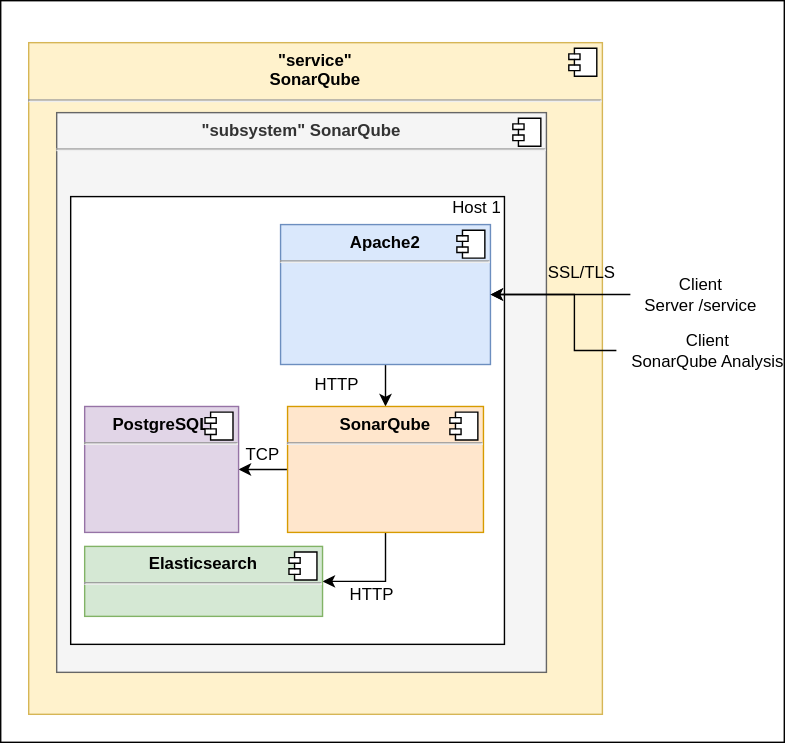
CBZ-D-velop/Ansible-Playbook-Labocbz-Deploy-SonarQube keeps this draw.io diagram as assets/Ansible-Playbook-Labocbz-Install-SonarQube.drawio.svg. Above is the earlier version. Source tidied: cells renumbered, new cells last; positions are measured from the earlier drawing's top-left corner, leaving out a move shared by most shapes. Source of this version:
```xml
<mxGraphModel>
  <root>
    <mxCell id="0" />
    <mxCell id="1" parent="0" />
    <mxCell id="2" style="rounded=0;whiteSpace=wrap;html=1;" parent="1" vertex="1">
      <mxGeometry x="40" width="560" height="530" as="geometry" />
    </mxCell>
    <mxCell id="3" value="&lt;p style=&quot;margin:0px;margin-top:6px;text-align:center;&quot;&gt;&lt;b&gt;&quot;service&quot;&lt;br&gt;SonarQube&lt;/b&gt;&lt;/p&gt;&lt;hr&gt;&lt;p style=&quot;margin:0px;margin-left:8px;&quot;&gt;&lt;br&gt;&lt;/p&gt;" style="align=left;overflow=fill;html=1;whiteSpace=wrap;fillColor=#fff2cc;strokeColor=#d6b656;" parent="1" vertex="1">
      <mxGeometry x="60" y="30" width="410" height="480" as="geometry" />
    </mxCell>
    <mxCell id="4" style="shape=component;jettyWidth=8;jettyHeight=4;" parent="3" vertex="1">
      <mxGeometry x="1" width="20" height="20" relative="1" as="geometry">
        <mxPoint x="-24" y="4" as="offset" />
      </mxGeometry>
    </mxCell>
    <mxCell id="5" value="&lt;p style=&quot;margin:0px;margin-top:6px;text-align:center;&quot;&gt;&lt;b&gt;&quot;subsystem&quot; SonarQube&lt;/b&gt;&lt;/p&gt;&lt;hr&gt;&lt;p style=&quot;margin:0px;margin-left:8px;&quot;&gt;&lt;br&gt;&lt;/p&gt;" style="align=left;overflow=fill;html=1;whiteSpace=wrap;fillColor=#f5f5f5;fontColor=#333333;strokeColor=#666666;" parent="1" vertex="1">
      <mxGeometry x="80" y="80" width="350" height="400" as="geometry" />
    </mxCell>
    <mxCell id="6" style="shape=component;jettyWidth=8;jettyHeight=4;" parent="5" vertex="1">
      <mxGeometry x="1" width="20" height="20" relative="1" as="geometry">
        <mxPoint x="-24" y="4" as="offset" />
      </mxGeometry>
    </mxCell>
    <mxCell id="7" value="SSL/TLS" style="text;html=1;align=center;verticalAlign=middle;strokeColor=none;fillColor=none;" parent="1" vertex="1">
      <mxGeometry x="420" y="180" width="70" height="30" as="geometry" />
    </mxCell>
    <mxCell id="8" value="Client&lt;br&gt;Server /service" style="text;html=1;align=center;verticalAlign=middle;points=[];strokeColor=none;fillColor=none;" parent="1" vertex="1">
      <mxGeometry x="490" y="190" width="100" height="40" as="geometry" />
    </mxCell>
    <mxCell id="9" style="edgeStyle=orthogonalEdgeStyle;rounded=0;orthogonalLoop=1;jettySize=auto;html=1;entryX=0.5;entryY=0;entryDx=0;entryDy=0;" parent="1" edge="1">
      <mxGeometry relative="1" as="geometry">
        <mxPoint y="250" as="sourcePoint" />
      </mxGeometry>
    </mxCell>
    <mxCell id="10" style="edgeStyle=orthogonalEdgeStyle;rounded=0;orthogonalLoop=1;jettySize=auto;html=1;" parent="1" edge="1">
      <mxGeometry relative="1" as="geometry">
        <mxPoint y="250" as="sourcePoint" />
      </mxGeometry>
    </mxCell>
    <mxCell id="11" style="rounded=0;whiteSpace=wrap;html=1;" parent="1" vertex="1">
      <mxGeometry x="90" y="140" width="310" height="320" as="geometry" />
    </mxCell>
    <mxCell id="12" value="HTTP" style="text;html=1;align=center;verticalAlign=middle;strokeColor=none;fillColor=none;" parent="1" vertex="1">
      <mxGeometry x="255" y="260" width="50" height="30" as="geometry" />
    </mxCell>
    <mxCell id="13" style="edgeStyle=orthogonalEdgeStyle;rounded=0;jettySize=auto;html=1;entryX=0.5;entryY=0;entryDx=0;entryDy=0;" parent="1" edge="1" source="14" target="19">
      <mxGeometry relative="1" as="geometry" />
    </mxCell>
    <mxCell id="14" value="&lt;p style=&quot;margin:0px;margin-top:6px;text-align:center;&quot;&gt;&lt;b&gt;Apache2&lt;/b&gt;&lt;/p&gt;&lt;hr&gt;&lt;p style=&quot;margin:0px;margin-left:8px;&quot;&gt;&lt;br&gt;&lt;/p&gt;" style="align=left;overflow=fill;html=1;whiteSpace=wrap;fillColor=#dae8fc;strokeColor=#6c8ebf;" parent="1" vertex="1">
      <mxGeometry x="240" y="160" width="150" height="100" as="geometry" />
    </mxCell>
    <mxCell id="15" style="shape=component;jettyWidth=8;jettyHeight=4;" parent="14" vertex="1">
      <mxGeometry x="1" width="20" height="20" relative="1" as="geometry">
        <mxPoint x="-24" y="4" as="offset" />
      </mxGeometry>
    </mxCell>
    <mxCell id="16" style="edgeStyle=orthogonalEdgeStyle;rounded=0;jettySize=auto;html=1;" parent="1" edge="1" source="8" target="14">
      <mxGeometry relative="1" as="geometry" />
    </mxCell>
    <mxCell id="17" style="edgeStyle=orthogonalEdgeStyle;rounded=0;jettySize=auto;html=1;" parent="1" edge="1" source="19" target="22">
      <mxGeometry relative="1" as="geometry" />
    </mxCell>
    <mxCell id="18" style="edgeStyle=orthogonalEdgeStyle;rounded=0;jettySize=auto;html=1;entryX=1;entryY=0.5;entryDx=0;entryDy=0;" parent="1" edge="1" source="19" target="25">
      <mxGeometry relative="1" as="geometry" />
    </mxCell>
    <mxCell id="19" value="&lt;p style=&quot;margin:0px;margin-top:6px;text-align:center;&quot;&gt;&lt;b&gt;SonarQube&lt;/b&gt;&lt;/p&gt;&lt;hr&gt;&lt;p style=&quot;margin:0px;margin-left:8px;&quot;&gt;&lt;br&gt;&lt;/p&gt;" style="align=left;overflow=fill;html=1;whiteSpace=wrap;fillColor=#ffe6cc;strokeColor=#d79b00;" parent="1" vertex="1">
      <mxGeometry x="245" y="290" width="140" height="90" as="geometry" />
    </mxCell>
    <mxCell id="20" style="shape=component;jettyWidth=8;jettyHeight=4;" parent="19" vertex="1">
      <mxGeometry x="1" width="20" height="20" relative="1" as="geometry">
        <mxPoint x="-24" y="4" as="offset" />
      </mxGeometry>
    </mxCell>
    <mxCell id="21" value="Host 1" style="text;html=1;align=center;verticalAlign=middle;strokeColor=none;fillColor=none;" parent="1" vertex="1">
      <mxGeometry x="350" y="133" width="60" height="30" as="geometry" />
    </mxCell>
    <mxCell id="22" value="&lt;p style=&quot;margin:0px;margin-top:6px;text-align:center;&quot;&gt;&lt;b&gt;PostgreSQL&lt;/b&gt;&lt;/p&gt;&lt;hr&gt;&lt;p style=&quot;margin:0px;margin-left:8px;&quot;&gt;&lt;br&gt;&lt;/p&gt;" style="align=left;overflow=fill;html=1;whiteSpace=wrap;fillColor=#e1d5e7;strokeColor=#9673a6;" parent="1" vertex="1">
      <mxGeometry x="100" y="290" width="110" height="90" as="geometry" />
    </mxCell>
    <mxCell id="23" style="shape=component;jettyWidth=8;jettyHeight=4;" parent="22" vertex="1">
      <mxGeometry x="1" width="20" height="20" relative="1" as="geometry">
        <mxPoint x="-24" y="4" as="offset" />
      </mxGeometry>
    </mxCell>
    <mxCell id="24" value="TCP" style="text;html=1;align=center;verticalAlign=middle;strokeColor=none;fillColor=none;" parent="1" vertex="1">
      <mxGeometry x="202" y="310" width="50" height="30" as="geometry" />
    </mxCell>
    <mxCell id="25" value="&lt;p style=&quot;margin:0px;margin-top:6px;text-align:center;&quot;&gt;&lt;b&gt;Elasticsearch&lt;/b&gt;&lt;/p&gt;&lt;hr&gt;&lt;p style=&quot;margin:0px;margin-left:8px;&quot;&gt;&lt;br&gt;&lt;/p&gt;" style="align=left;overflow=fill;html=1;whiteSpace=wrap;fillColor=#d5e8d4;strokeColor=#82b366;" parent="1" vertex="1">
      <mxGeometry x="100" y="390" width="170" height="50" as="geometry" />
    </mxCell>
    <mxCell id="26" style="shape=component;jettyWidth=8;jettyHeight=4;" parent="25" vertex="1">
      <mxGeometry x="1" width="20" height="20" relative="1" as="geometry">
        <mxPoint x="-24" y="4" as="offset" />
      </mxGeometry>
    </mxCell>
    <mxCell id="27" value="HTTP" style="text;html=1;align=center;verticalAlign=middle;strokeColor=none;fillColor=none;" parent="1" vertex="1">
      <mxGeometry x="280" y="410" width="50" height="30" as="geometry" />
    </mxCell>
    <mxCell id="28" style="edgeStyle=orthogonalEdgeStyle;rounded=0;jettySize=auto;html=1;entryX=1;entryY=0.5;entryDx=0;entryDy=0;" parent="1" edge="1" source="29" target="14">
      <mxGeometry relative="1" as="geometry">
        <Array as="points">
          <mxPoint x="450" y="250" />
          <mxPoint x="450" y="210" />
        </Array>
      </mxGeometry>
    </mxCell>
    <mxCell id="29" value="Client&lt;br&gt;SonarQube Analysis" style="text;html=1;align=center;verticalAlign=middle;points=[];strokeColor=none;fillColor=none;" parent="1" vertex="1">
      <mxGeometry x="480" y="230" width="130" height="40" as="geometry" />
    </mxCell>
  </root>
</mxGraphModel>
```
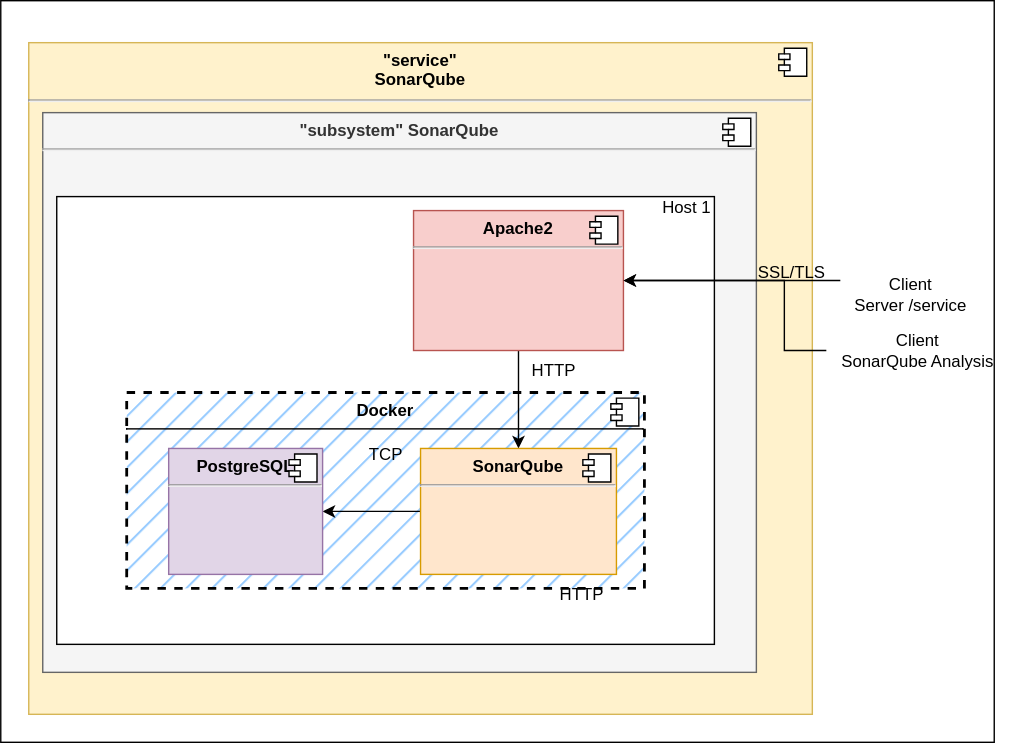
Above is the later version.

What changed in the source:
```diff
@@ -3,10 +3,10 @@
     <mxCell id="0" />
     <mxCell id="1" parent="0" />
     <mxCell id="2" style="rounded=0;whiteSpace=wrap;html=1;" parent="1" vertex="1">
-      <mxGeometry x="40" width="560" height="530" as="geometry" />
+      <mxGeometry x="-110" width="710" height="530" as="geometry" />
     </mxCell>
     <mxCell id="3" value="&lt;p style=&quot;margin:0px;margin-top:6px;text-align:center;&quot;&gt;&lt;b&gt;&quot;service&quot;&lt;br&gt;SonarQube&lt;/b&gt;&lt;/p&gt;&lt;hr&gt;&lt;p style=&quot;margin:0px;margin-left:8px;&quot;&gt;&lt;br&gt;&lt;/p&gt;" style="align=left;overflow=fill;html=1;whiteSpace=wrap;fillColor=#fff2cc;strokeColor=#d6b656;" parent="1" vertex="1">
-      <mxGeometry x="60" y="30" width="410" height="480" as="geometry" />
+      <mxGeometry x="-90" y="30" width="560" height="480" as="geometry" />
     </mxCell>
     <mxCell id="4" style="shape=component;jettyWidth=8;jettyHeight=4;" parent="3" vertex="1">
       <mxGeometry x="1" width="20" height="20" relative="1" as="geometry">
@@ -14,13 +14,24 @@
       </mxGeometry>
     </mxCell>
     <mxCell id="5" value="&lt;p style=&quot;margin:0px;margin-top:6px;text-align:center;&quot;&gt;&lt;b&gt;&quot;subsystem&quot; SonarQube&lt;/b&gt;&lt;/p&gt;&lt;hr&gt;&lt;p style=&quot;margin:0px;margin-left:8px;&quot;&gt;&lt;br&gt;&lt;/p&gt;" style="align=left;overflow=fill;html=1;whiteSpace=wrap;fillColor=#f5f5f5;fontColor=#333333;strokeColor=#666666;" parent="1" vertex="1">
-      <mxGeometry x="80" y="80" width="350" height="400" as="geometry" />
+      <mxGeometry x="-80" y="80" width="510" height="400" as="geometry" />
     </mxCell>
     <mxCell id="6" style="shape=component;jettyWidth=8;jettyHeight=4;" parent="5" vertex="1">
       <mxGeometry x="1" width="20" height="20" relative="1" as="geometry">
         <mxPoint x="-24" y="4" as="offset" />
       </mxGeometry>
     </mxCell>
+    <mxCell id="11" style="rounded=0;whiteSpace=wrap;html=1;" parent="1" vertex="1">
+      <mxGeometry x="-70" y="140" width="470" height="320" as="geometry" />
+    </mxCell>
+    <mxCell id="30" value="&lt;p style=&quot;margin:0px;margin-top:6px;text-align:center;&quot;&gt;&lt;b&gt;Docker&lt;/b&gt;&lt;/p&gt;&lt;hr size=&quot;1&quot; style=&quot;border-style:solid;&quot;&gt;&lt;p style=&quot;margin:0px;margin-left:8px;&quot;&gt;&lt;br&gt;&lt;/p&gt;" style="align=left;overflow=fill;html=1;whiteSpace=wrap;dashed=1;strokeWidth=2;fillColor=#99CCFF;fillStyle=hatch;" parent="1" vertex="1">
+      <mxGeometry x="-20" y="280" width="370" height="140" as="geometry" />
+    </mxCell>
+    <mxCell id="31" style="shape=component;jettyWidth=8;jettyHeight=4;" parent="30" vertex="1">
+      <mxGeometry x="1" width="20" height="20" relative="1" as="geometry">
+        <mxPoint x="-24" y="4" as="offset" />
+      </mxGeometry>
+    </mxCell>
     <mxCell id="7" value="SSL/TLS" style="text;html=1;align=center;verticalAlign=middle;strokeColor=none;fillColor=none;" parent="1" vertex="1">
       <mxGeometry x="420" y="180" width="70" height="30" as="geometry" />
     </mxCell>
@@ -37,17 +48,14 @@
         <mxPoint y="250" as="sourcePoint" />
       </mxGeometry>
     </mxCell>
-    <mxCell id="11" style="rounded=0;whiteSpace=wrap;html=1;" parent="1" vertex="1">
-      <mxGeometry x="90" y="140" width="310" height="320" as="geometry" />
-    </mxCell>
     <mxCell id="12" value="HTTP" style="text;html=1;align=center;verticalAlign=middle;strokeColor=none;fillColor=none;" parent="1" vertex="1">
-      <mxGeometry x="255" y="260" width="50" height="30" as="geometry" />
+      <mxGeometry x="260" y="250" width="50" height="30" as="geometry" />
     </mxCell>
     <mxCell id="13" style="edgeStyle=orthogonalEdgeStyle;rounded=0;jettySize=auto;html=1;entryX=0.5;entryY=0;entryDx=0;entryDy=0;" parent="1" edge="1" source="14" target="19">
       <mxGeometry relative="1" as="geometry" />
     </mxCell>
-    <mxCell id="14" value="&lt;p style=&quot;margin:0px;margin-top:6px;text-align:center;&quot;&gt;&lt;b&gt;Apache2&lt;/b&gt;&lt;/p&gt;&lt;hr&gt;&lt;p style=&quot;margin:0px;margin-left:8px;&quot;&gt;&lt;br&gt;&lt;/p&gt;" style="align=left;overflow=fill;html=1;whiteSpace=wrap;fillColor=#dae8fc;strokeColor=#6c8ebf;" parent="1" vertex="1">
-      <mxGeometry x="240" y="160" width="150" height="100" as="geometry" />
+    <mxCell id="14" value="&lt;p style=&quot;margin:0px;margin-top:6px;text-align:center;&quot;&gt;&lt;b&gt;Apache2&lt;/b&gt;&lt;/p&gt;&lt;hr&gt;&lt;p style=&quot;margin:0px;margin-left:8px;&quot;&gt;&lt;br&gt;&lt;/p&gt;" style="align=left;overflow=fill;html=1;whiteSpace=wrap;fillColor=#f8cecc;strokeColor=#b85450;" parent="1" vertex="1">
+      <mxGeometry x="185" y="150" width="150" height="100" as="geometry" />
     </mxCell>
     <mxCell id="15" style="shape=component;jettyWidth=8;jettyHeight=4;" parent="14" vertex="1">
       <mxGeometry x="1" width="20" height="20" relative="1" as="geometry">
@@ -55,16 +63,18 @@
       </mxGeometry>
     </mxCell>
     <mxCell id="16" style="edgeStyle=orthogonalEdgeStyle;rounded=0;jettySize=auto;html=1;" parent="1" edge="1" source="8" target="14">
-      <mxGeometry relative="1" as="geometry" />
+      <mxGeometry relative="1" as="geometry">
+        <Array as="points">
+          <mxPoint x="450" y="200" />
+          <mxPoint x="450" y="200" />
+        </Array>
+      </mxGeometry>
     </mxCell>
     <mxCell id="17" style="edgeStyle=orthogonalEdgeStyle;rounded=0;jettySize=auto;html=1;" parent="1" edge="1" source="19" target="22">
       <mxGeometry relative="1" as="geometry" />
     </mxCell>
-    <mxCell id="18" style="edgeStyle=orthogonalEdgeStyle;rounded=0;jettySize=auto;html=1;entryX=1;entryY=0.5;entryDx=0;entryDy=0;" parent="1" edge="1" source="19" target="25">
-      <mxGeometry relative="1" as="geometry" />
-    </mxCell>
     <mxCell id="19" value="&lt;p style=&quot;margin:0px;margin-top:6px;text-align:center;&quot;&gt;&lt;b&gt;SonarQube&lt;/b&gt;&lt;/p&gt;&lt;hr&gt;&lt;p style=&quot;margin:0px;margin-left:8px;&quot;&gt;&lt;br&gt;&lt;/p&gt;" style="align=left;overflow=fill;html=1;whiteSpace=wrap;fillColor=#ffe6cc;strokeColor=#d79b00;" parent="1" vertex="1">
-      <mxGeometry x="245" y="290" width="140" height="90" as="geometry" />
+      <mxGeometry x="190" y="320" width="140" height="90" as="geometry" />
     </mxCell>
     <mxCell id="20" style="shape=component;jettyWidth=8;jettyHeight=4;" parent="19" vertex="1">
       <mxGeometry x="1" width="20" height="20" relative="1" as="geometry">
@@ -75,7 +85,7 @@
       <mxGeometry x="350" y="133" width="60" height="30" as="geometry" />
     </mxCell>
     <mxCell id="22" value="&lt;p style=&quot;margin:0px;margin-top:6px;text-align:center;&quot;&gt;&lt;b&gt;PostgreSQL&lt;/b&gt;&lt;/p&gt;&lt;hr&gt;&lt;p style=&quot;margin:0px;margin-left:8px;&quot;&gt;&lt;br&gt;&lt;/p&gt;" style="align=left;overflow=fill;html=1;whiteSpace=wrap;fillColor=#e1d5e7;strokeColor=#9673a6;" parent="1" vertex="1">
-      <mxGeometry x="100" y="290" width="110" height="90" as="geometry" />
+      <mxGeometry x="10" y="320" width="110" height="90" as="geometry" />
     </mxCell>
     <mxCell id="23" style="shape=component;jettyWidth=8;jettyHeight=4;" parent="22" vertex="1">
       <mxGeometry x="1" width="20" height="20" relative="1" as="geometry">
@@ -83,16 +93,8 @@
       </mxGeometry>
     </mxCell>
     <mxCell id="24" value="TCP" style="text;html=1;align=center;verticalAlign=middle;strokeColor=none;fillColor=none;" parent="1" vertex="1">
-      <mxGeometry x="202" y="310" width="50" height="30" as="geometry" />
+      <mxGeometry x="140" y="310" width="50" height="30" as="geometry" />
     </mxCell>
-    <mxCell id="25" value="&lt;p style=&quot;margin:0px;margin-top:6px;text-align:center;&quot;&gt;&lt;b&gt;Elasticsearch&lt;/b&gt;&lt;/p&gt;&lt;hr&gt;&lt;p style=&quot;margin:0px;margin-left:8px;&quot;&gt;&lt;br&gt;&lt;/p&gt;" style="align=left;overflow=fill;html=1;whiteSpace=wrap;fillColor=#d5e8d4;strokeColor=#82b366;" parent="1" vertex="1">
-      <mxGeometry x="100" y="390" width="170" height="50" as="geometry" />
-    </mxCell>
-    <mxCell id="26" style="shape=component;jettyWidth=8;jettyHeight=4;" parent="25" vertex="1">
-      <mxGeometry x="1" width="20" height="20" relative="1" as="geometry">
-        <mxPoint x="-24" y="4" as="offset" />
-      </mxGeometry>
-    </mxCell>
     <mxCell id="27" value="HTTP" style="text;html=1;align=center;verticalAlign=middle;strokeColor=none;fillColor=none;" parent="1" vertex="1">
       <mxGeometry x="280" y="410" width="50" height="30" as="geometry" />
     </mxCell>
@@ -100,7 +102,7 @@
       <mxGeometry relative="1" as="geometry">
         <Array as="points">
           <mxPoint x="450" y="250" />
-          <mxPoint x="450" y="210" />
+          <mxPoint x="450" y="200" />
         </Array>
       </mxGeometry>
     </mxCell>
```
